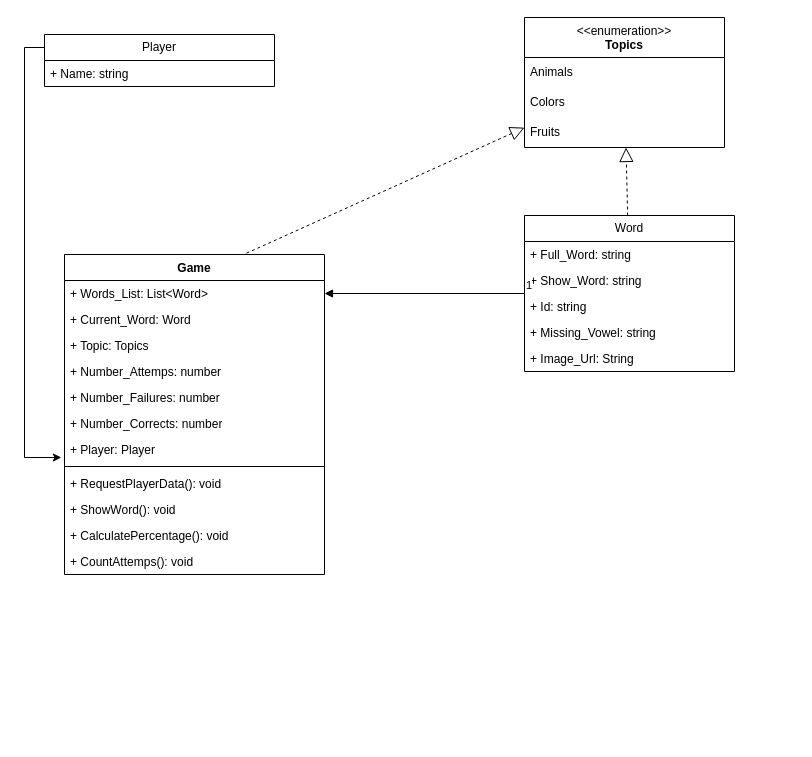
Earlier version of the draw.io diagram Diagrams/MiniProyecto_1.drawio (StevenCardona/MiniProyecto1). Source tidied: cells renumbered, new cells numbered last; positions are measured from the earlier drawing's top-left corner, leaving out a move shared by most shapes. Both pictures are drawn from the tidied source at 100%, with x=0, y=0 at pixel (44, 17).
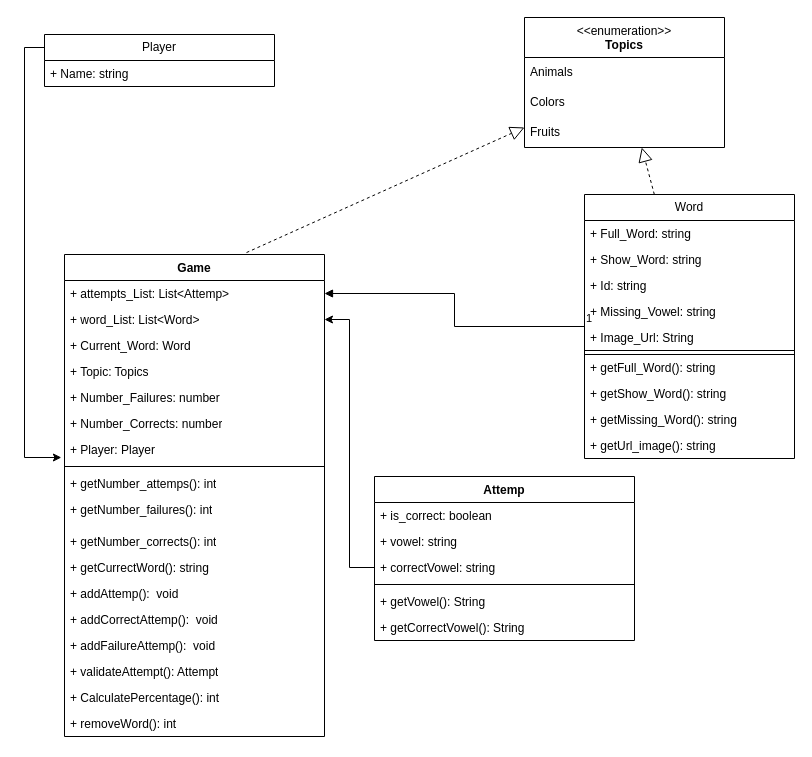
The same diagram, later.

Commit message (it also covers changes not shown here):
se actualiza el diagrama

What changed in the source:
```diff
@@
     <mxCell id="5" value="Word" style="swimlane;fontStyle=0;horizontal=1;startSize=26;fillColor=none;whiteSpace=wrap;html=1;" parent="1" vertex="1">
-      <mxGeometry x="480" y="198" width="210" height="156" as="geometry" />
+      <mxGeometry x="540" y="177" width="210" height="264" as="geometry" />
     </mxCell>
@@
+    <mxCell id="32" style="text;strokeColor=default;fillColor=none;align=left;verticalAlign=top;spacingLeft=4;spacingRight=4;overflow=hidden;whiteSpace=wrap;html=1;" parent="5" vertex="1">
+      <mxGeometry y="156" width="210" height="4" as="geometry" />
+    </mxCell>
+    <mxCell id="33" value="+ getFull_Word(): string" style="text;strokeColor=none;fillColor=none;align=left;verticalAlign=top;spacingLeft=4;spacingRight=4;overflow=hidden;whiteSpace=wrap;html=1;" parent="5" vertex="1">
+      <mxGeometry y="160" width="210" height="26" as="geometry" />
+    </mxCell>
+    <mxCell id="34" value="+ getShow_Word(): string" style="text;strokeColor=none;fillColor=none;align=left;verticalAlign=top;spacingLeft=4;spacingRight=4;overflow=hidden;whiteSpace=wrap;html=1;" parent="5" vertex="1">
+      <mxGeometry y="186" width="210" height="26" as="geometry" />
+    </mxCell>
+    <mxCell id="35" value="+ getMissing_Word(): string" style="text;strokeColor=none;fillColor=none;align=left;verticalAlign=top;spacingLeft=4;spacingRight=4;overflow=hidden;whiteSpace=wrap;html=1;" parent="5" vertex="1">
+      <mxGeometry y="212" width="210" height="26" as="geometry" />
+    </mxCell>
+    <mxCell id="36" value="+ getUrl_image(): string" style="text;strokeColor=none;fillColor=none;align=left;verticalAlign=top;spacingLeft=4;spacingRight=4;overflow=hidden;whiteSpace=wrap;html=1;" parent="5" vertex="1">
+      <mxGeometry y="238" width="210" height="26" as="geometry" />
+    </mxCell>
@@
     <mxCell id="15" value="Game" style="swimlane;fontStyle=1;align=center;verticalAlign=top;horizontal=1;startSize=26;whiteSpace=wrap;html=1;" parent="1" vertex="1">
-      <mxGeometry x="20" y="237" width="260" height="320" as="geometry" />
+      <mxGeometry x="20" y="237" width="260" height="482" as="geometry" />
     </mxCell>
-    <mxCell id="16" value="+ Words_List: List&amp;lt;Word&amp;gt;" style="text;strokeColor=none;fillColor=none;align=left;verticalAlign=top;spacingLeft=4;spacingRight=4;overflow=hidden;points=[[0,0.5],[1,0.5]];portConstraint=eastwest;whiteSpace=wrap;html=1;" parent="15" vertex="1">
+    <mxCell id="16" value="+ attempts_List: List&amp;lt;Attemp&amp;gt;" style="text;strokeColor=none;fillColor=none;align=left;verticalAlign=top;spacingLeft=4;spacingRight=4;overflow=hidden;points=[[0,0.5],[1,0.5]];portConstraint=eastwest;whiteSpace=wrap;html=1;" parent="15" vertex="1">
       <mxGeometry y="26" width="260" height="26" as="geometry" />
     </mxCell>
+    <mxCell id="37" value="+ word_List: List&amp;lt;Word&amp;gt;" style="text;strokeColor=none;fillColor=none;align=left;verticalAlign=top;spacingLeft=4;spacingRight=4;overflow=hidden;points=[[0,0.5],[1,0.5]];portConstraint=eastwest;whiteSpace=wrap;html=1;" parent="15" vertex="1">
+      <mxGeometry y="52" width="260" height="26" as="geometry" />
+    </mxCell>
     <mxCell id="17" value="+ Current_Word: Word" style="text;strokeColor=none;fillColor=none;align=left;verticalAlign=top;spacingLeft=4;spacingRight=4;overflow=hidden;whiteSpace=wrap;html=1;" parent="15" vertex="1">
-      <mxGeometry y="52" width="260" height="26" as="geometry" />
+      <mxGeometry y="78" width="260" height="26" as="geometry" />
     </mxCell>
     <mxCell id="18" value="+ Topic: Topics" style="text;strokeColor=none;fillColor=none;align=left;verticalAlign=top;spacingLeft=4;spacingRight=4;overflow=hidden;whiteSpace=wrap;html=1;" parent="15" vertex="1">
-      <mxGeometry y="78" width="260" height="26" as="geometry" />
+      <mxGeometry y="104" width="260" height="26" as="geometry" />
     </mxCell>
-    <mxCell id="19" value="+ Number_Attemps: number" style="text;strokeColor=none;fillColor=none;align=left;verticalAlign=top;spacingLeft=4;spacingRight=4;overflow=hidden;whiteSpace=wrap;html=1;" parent="15" vertex="1">
-      <mxGeometry y="104" width="260" height="26" as="geometry" />
-    </mxCell>
@@
+    <mxCell id="38" value="+ getNumber_attemps(): int" style="text;strokeColor=none;fillColor=none;align=left;verticalAlign=top;spacingLeft=4;spacingRight=4;overflow=hidden;whiteSpace=wrap;html=1;" parent="15" vertex="1">
+      <mxGeometry y="216" width="260" height="26" as="geometry" />
+    </mxCell>
+    <mxCell id="39" value="+ getNumber_failures(): int" style="text;strokeColor=none;fillColor=none;align=left;verticalAlign=top;spacingLeft=4;spacingRight=4;overflow=hidden;whiteSpace=wrap;html=1;" parent="15" vertex="1">
+      <mxGeometry y="242" width="260" height="32" as="geometry" />
+    </mxCell>
-    <mxCell id="24" value="+ RequestPlayerData(): void" style="text;strokeColor=none;fillColor=none;align=left;verticalAlign=top;spacingLeft=4;spacingRight=4;overflow=hidden;whiteSpace=wrap;html=1;" parent="15" vertex="1">
-      <mxGeometry y="216" width="260" height="26" as="geometry" />
+    <mxCell id="24" value="+ getNumber_corrects(): int" style="text;strokeColor=none;fillColor=none;align=left;verticalAlign=top;spacingLeft=4;spacingRight=4;overflow=hidden;whiteSpace=wrap;html=1;" parent="15" vertex="1">
+      <mxGeometry y="274" width="260" height="26" as="geometry" />
     </mxCell>
-    <mxCell id="25" value="+ ShowWord(): void" style="text;strokeColor=none;fillColor=none;align=left;verticalAlign=top;spacingLeft=4;spacingRight=4;overflow=hidden;whiteSpace=wrap;html=1;" parent="15" vertex="1">
-      <mxGeometry y="242" width="260" height="26" as="geometry" />
+    <mxCell id="25" value="+ getCurrectWord(): string" style="text;strokeColor=none;fillColor=none;align=left;verticalAlign=top;spacingLeft=4;spacingRight=4;overflow=hidden;whiteSpace=wrap;html=1;" parent="15" vertex="1">
+      <mxGeometry y="300" width="260" height="26" as="geometry" />
     </mxCell>
+    <mxCell id="40" value="+ addAttemp():&amp;nbsp; void" style="text;strokeColor=none;fillColor=none;align=left;verticalAlign=top;spacingLeft=4;spacingRight=4;overflow=hidden;whiteSpace=wrap;html=1;" parent="15" vertex="1">
+      <mxGeometry y="326" width="260" height="26" as="geometry" />
+    </mxCell>
+    <mxCell id="41" value="+ addCorrectAttemp():&amp;nbsp; void" style="text;strokeColor=none;fillColor=none;align=left;verticalAlign=top;spacingLeft=4;spacingRight=4;overflow=hidden;whiteSpace=wrap;html=1;" parent="15" vertex="1">
+      <mxGeometry y="352" width="260" height="26" as="geometry" />
+    </mxCell>
+    <mxCell id="42" value="+ addFailureAttemp():&amp;nbsp; void" style="text;strokeColor=none;fillColor=none;align=left;verticalAlign=top;spacingLeft=4;spacingRight=4;overflow=hidden;whiteSpace=wrap;html=1;" parent="15" vertex="1">
+      <mxGeometry y="378" width="260" height="26" as="geometry" />
+    </mxCell>
+    <mxCell id="43" value="+ validateAttempt(): Attempt" style="text;strokeColor=none;fillColor=none;align=left;verticalAlign=top;spacingLeft=4;spacingRight=4;overflow=hidden;whiteSpace=wrap;html=1;" parent="15" vertex="1">
+      <mxGeometry y="404" width="260" height="26" as="geometry" />
+    </mxCell>
-    <mxCell id="26" value="+ CalculatePercentage(): void" style="text;strokeColor=none;fillColor=none;align=left;verticalAlign=top;spacingLeft=4;spacingRight=4;overflow=hidden;whiteSpace=wrap;html=1;" parent="15" vertex="1">
-      <mxGeometry y="268" width="260" height="26" as="geometry" />
+    <mxCell id="26" value="+ CalculatePercentage(): int" style="text;strokeColor=none;fillColor=none;align=left;verticalAlign=top;spacingLeft=4;spacingRight=4;overflow=hidden;whiteSpace=wrap;html=1;" parent="15" vertex="1">
+      <mxGeometry y="430" width="260" height="26" as="geometry" />
     </mxCell>
-    <mxCell id="27" value="+ CountAttemps(): void" style="text;strokeColor=none;fillColor=none;align=left;verticalAlign=top;spacingLeft=4;spacingRight=4;overflow=hidden;whiteSpace=wrap;html=1;" parent="15" vertex="1">
-      <mxGeometry y="294" width="260" height="26" as="geometry" />
+    <mxCell id="27" value="+ removeWord(): int" style="text;strokeColor=none;fillColor=none;align=left;verticalAlign=top;spacingLeft=4;spacingRight=4;overflow=hidden;whiteSpace=wrap;html=1;" parent="15" vertex="1">
+      <mxGeometry y="456" width="260" height="26" as="geometry" />
     </mxCell>
@@
+    <mxCell id="44" value="Attemp" style="swimlane;fontStyle=1;align=center;verticalAlign=top;horizontal=1;startSize=26;whiteSpace=wrap;html=1;" parent="1" vertex="1">
+      <mxGeometry x="330" y="459" width="260" height="164" as="geometry" />
+    </mxCell>
+    <mxCell id="45" value="+ is_correct:&amp;nbsp;boolean" style="text;strokeColor=none;fillColor=none;align=left;verticalAlign=top;spacingLeft=4;spacingRight=4;overflow=hidden;whiteSpace=wrap;html=1;" parent="44" vertex="1">
+      <mxGeometry y="26" width="260" height="26" as="geometry" />
+    </mxCell>
+    <mxCell id="46" value="+ vowel:&amp;nbsp;string" style="text;strokeColor=none;fillColor=none;align=left;verticalAlign=top;spacingLeft=4;spacingRight=4;overflow=hidden;whiteSpace=wrap;html=1;" parent="44" vertex="1">
+      <mxGeometry y="52" width="260" height="26" as="geometry" />
+    </mxCell>
+    <mxCell id="47" value="+ correctVowel:&amp;nbsp;string" style="text;strokeColor=none;fillColor=none;align=left;verticalAlign=top;spacingLeft=4;spacingRight=4;overflow=hidden;points=[[0,0.5],[1,0.5]];portConstraint=eastwest;whiteSpace=wrap;html=1;" parent="44" vertex="1">
+      <mxGeometry y="78" width="260" height="26" as="geometry" />
+    </mxCell>
+    <mxCell id="48" style="line;strokeWidth=1;fillColor=none;align=left;verticalAlign=middle;spacingTop=-1;spacingLeft=3;spacingRight=3;labelPosition=right;strokeColor=inherit;" parent="44" vertex="1">
+      <mxGeometry y="104" width="260" height="8" as="geometry" />
+    </mxCell>
+    <mxCell id="49" value="+ getVowel(): String" style="text;strokeColor=none;fillColor=none;align=left;verticalAlign=top;spacingLeft=4;spacingRight=4;overflow=hidden;whiteSpace=wrap;html=1;" parent="44" vertex="1">
+      <mxGeometry y="112" width="260" height="26" as="geometry" />
+    </mxCell>
+    <mxCell id="50" value="+ getCorrectVowel(): String" style="text;strokeColor=none;fillColor=none;align=left;verticalAlign=top;spacingLeft=4;spacingRight=4;overflow=hidden;whiteSpace=wrap;html=1;" parent="44" vertex="1">
+      <mxGeometry y="138" width="260" height="26" as="geometry" />
+    </mxCell>
+    <mxCell id="51" style="edgeStyle=orthogonalEdgeStyle;rounded=0;jettySize=auto;html=1;exitX=0;exitY=0.5;exitDx=0;exitDy=0;entryX=1;entryY=0.5;entryDx=0;entryDy=0;" parent="1" edge="1" source="47" target="37">
+      <mxGeometry relative="1" as="geometry" />
+    </mxCell>
```
